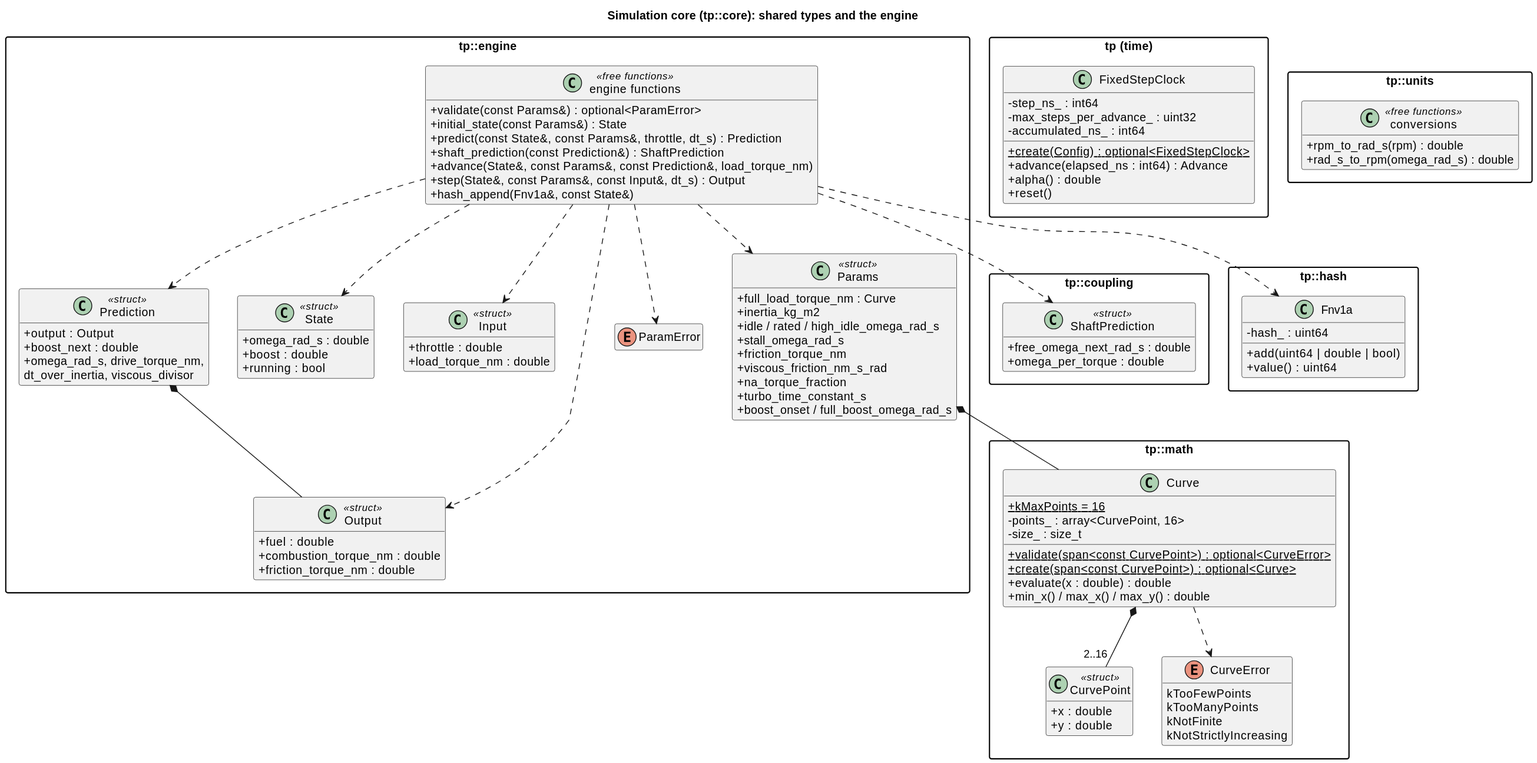
Earlier version of the PlantUML export docs/diagrams/svg/core_classes.svg (wversteeg/TractorPulling).
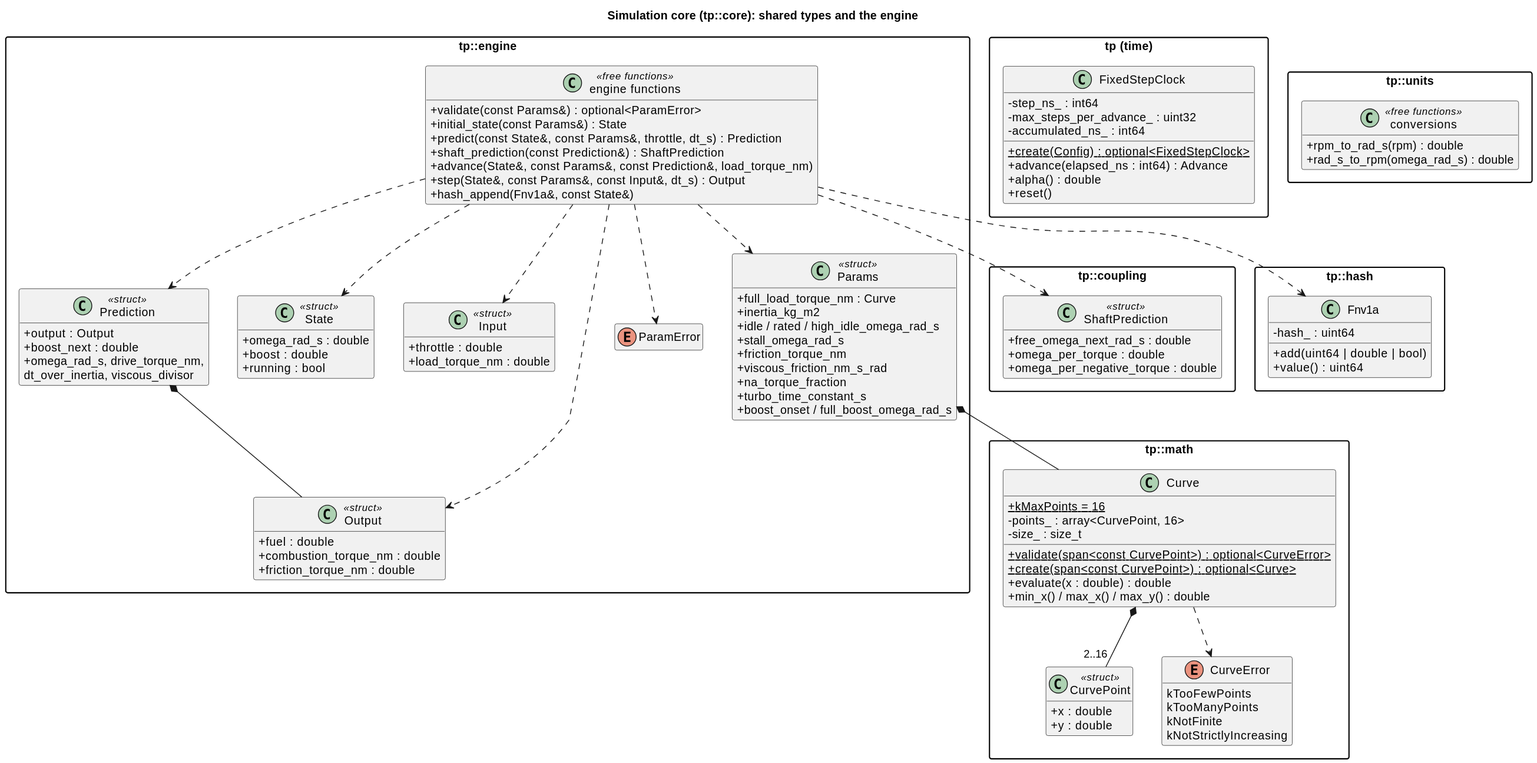
Above is the later version.

Commit message:
Let shafts respond differently to driving and braking torque

Diff of the diagram source:
```diff
@@ -8,6 +8,7 @@
     class ShaftPrediction <<struct>> {
       +free_omega_next_rad_s : double
       +omega_per_torque : double
+      +omega_per_negative_torque : double
     }
   }
 
```
